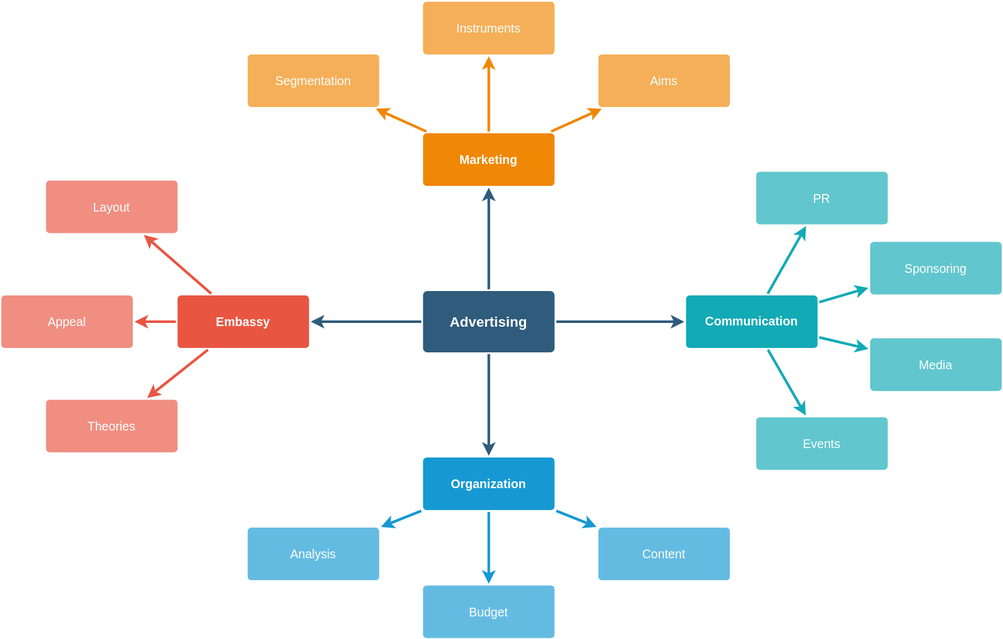
The draw.io diagram docs/drawio/diagrams/notification-graph.drawio.svg in Sage-Bionetworks/sage-monorepo, before a commit. Source tidied: cells renumbered, new cells last; positions are measured from the earlier drawing's top-left corner, leaving out a move shared by most shapes. Its diagram source:
```xml
<mxGraphModel>
  <root>
    <mxCell id="0" />
    <mxCell id="1" parent="0" />
    <mxCell id="2" style="edgeStyle=none;rounded=0;jumpStyle=none;html=1;shadow=0;labelBackgroundColor=none;startArrow=none;startFill=0;endArrow=classic;endFill=1;jettySize=auto;strokeColor=#2F5B7C;strokeWidth=3;fontFamily=Helvetica;fontSize=16;fontColor=#23445D;spacing=5;" parent="1" edge="1" source="6" target="21">
      <mxGeometry relative="1" as="geometry" />
    </mxCell>
    <mxCell id="3" style="edgeStyle=none;rounded=0;jumpStyle=none;html=1;shadow=0;labelBackgroundColor=none;startArrow=none;startFill=0;endArrow=classic;endFill=1;jettySize=auto;strokeColor=#2F5B7C;strokeWidth=3;fontFamily=Helvetica;fontSize=16;fontColor=#23445D;spacing=5;" parent="1" edge="1" source="6" target="28">
      <mxGeometry relative="1" as="geometry" />
    </mxCell>
    <mxCell id="4" style="edgeStyle=none;rounded=0;jumpStyle=none;html=1;shadow=0;labelBackgroundColor=none;startArrow=none;startFill=0;endArrow=classic;endFill=1;jettySize=auto;strokeColor=#2F5B7C;strokeWidth=3;fontFamily=Helvetica;fontSize=16;fontColor=#23445D;spacing=5;" parent="1" edge="1" source="6" target="17">
      <mxGeometry relative="1" as="geometry" />
    </mxCell>
    <mxCell id="5" style="edgeStyle=none;rounded=0;jumpStyle=none;html=1;shadow=0;labelBackgroundColor=none;startArrow=none;startFill=0;endArrow=classic;endFill=1;jettySize=auto;strokeColor=#2F5B7C;strokeWidth=3;fontFamily=Helvetica;fontSize=16;fontColor=#23445D;spacing=5;" parent="1" edge="1" source="6" target="10">
      <mxGeometry relative="1" as="geometry" />
    </mxCell>
    <mxCell id="6" value="Advertising" style="rounded=1;whiteSpace=wrap;html=1;shadow=0;labelBackgroundColor=none;strokeColor=none;strokeWidth=3;fillColor=#2F5B7C;fontFamily=Helvetica;fontSize=16;fontColor=#FFFFFF;align=center;fontStyle=1;spacing=5;arcSize=7;perimeterSpacing=2;" parent="1" vertex="1">
      <mxGeometry x="481" y="330.5" width="150" height="70" as="geometry" />
    </mxCell>
    <mxCell id="7" style="edgeStyle=none;rounded=1;jumpStyle=none;html=1;shadow=0;labelBackgroundColor=none;startArrow=none;startFill=0;jettySize=auto;strokeColor=#E85642;strokeWidth=3;fontFamily=Helvetica;fontSize=14;fontColor=#FFFFFF;spacing=5;fontStyle=1;fillColor=#b0e3e6;" parent="1" edge="1" source="10" target="13">
      <mxGeometry relative="1" as="geometry" />
    </mxCell>
    <mxCell id="8" style="edgeStyle=none;rounded=1;jumpStyle=none;html=1;shadow=0;labelBackgroundColor=none;startArrow=none;startFill=0;jettySize=auto;strokeColor=#E85642;strokeWidth=3;fontFamily=Helvetica;fontSize=14;fontColor=#FFFFFF;spacing=5;fontStyle=1;fillColor=#b0e3e6;" parent="1" edge="1" source="10" target="12">
      <mxGeometry relative="1" as="geometry" />
    </mxCell>
    <mxCell id="9" style="edgeStyle=none;rounded=1;jumpStyle=none;html=1;shadow=0;labelBackgroundColor=none;startArrow=none;startFill=0;jettySize=auto;strokeColor=#E85642;strokeWidth=3;fontFamily=Helvetica;fontSize=14;fontColor=#FFFFFF;spacing=5;fontStyle=1;fillColor=#b0e3e6;" parent="1" edge="1" source="10" target="11">
      <mxGeometry relative="1" as="geometry" />
    </mxCell>
    <mxCell id="10" value="Embassy" style="rounded=1;whiteSpace=wrap;html=1;shadow=0;labelBackgroundColor=none;strokeColor=none;strokeWidth=3;fillColor=#e85642;fontFamily=Helvetica;fontSize=14;fontColor=#FFFFFF;align=center;spacing=5;fontStyle=1;arcSize=7;perimeterSpacing=2;" parent="1" vertex="1">
      <mxGeometry x="201" y="335.5" width="150" height="60" as="geometry" />
    </mxCell>
    <mxCell id="11" value="Theories" style="rounded=1;whiteSpace=wrap;html=1;shadow=0;labelBackgroundColor=none;strokeColor=none;strokeWidth=3;fillColor=#f08e81;fontFamily=Helvetica;fontSize=14;fontColor=#FFFFFF;align=center;spacing=5;fontStyle=0;arcSize=7;perimeterSpacing=2;" parent="1" vertex="1">
      <mxGeometry x="51" y="454.5" width="150" height="60" as="geometry" />
    </mxCell>
    <mxCell id="12" value="Appeal" style="rounded=1;whiteSpace=wrap;html=1;shadow=0;labelBackgroundColor=none;strokeColor=none;strokeWidth=3;fillColor=#f08e81;fontFamily=Helvetica;fontSize=14;fontColor=#FFFFFF;align=center;spacing=5;fontStyle=0;arcSize=7;perimeterSpacing=2;" parent="1" vertex="1">
      <mxGeometry y="335.5" width="150" height="60" as="geometry" />
    </mxCell>
    <mxCell id="13" value="Layout" style="rounded=1;whiteSpace=wrap;html=1;shadow=0;labelBackgroundColor=none;strokeColor=none;strokeWidth=3;fillColor=#f08e81;fontFamily=Helvetica;fontSize=14;fontColor=#FFFFFF;align=center;spacing=5;fontStyle=0;arcSize=7;perimeterSpacing=2;" parent="1" vertex="1">
      <mxGeometry x="51" y="204.5" width="150" height="60" as="geometry" />
    </mxCell>
    <mxCell id="14" style="edgeStyle=none;rounded=0;jumpStyle=none;html=1;shadow=0;labelBackgroundColor=none;startArrow=none;startFill=0;endArrow=classic;endFill=1;jettySize=auto;strokeColor=#1699D3;strokeWidth=3;fontFamily=Helvetica;fontSize=14;fontColor=#FFFFFF;spacing=5;" parent="1" edge="1" source="17" target="20">
      <mxGeometry relative="1" as="geometry" />
    </mxCell>
    <mxCell id="15" style="edgeStyle=none;rounded=0;jumpStyle=none;html=1;shadow=0;labelBackgroundColor=none;startArrow=none;startFill=0;endArrow=classic;endFill=1;jettySize=auto;strokeColor=#1699D3;strokeWidth=3;fontFamily=Helvetica;fontSize=14;fontColor=#FFFFFF;spacing=5;" parent="1" edge="1" source="17" target="19">
      <mxGeometry relative="1" as="geometry" />
    </mxCell>
    <mxCell id="16" style="edgeStyle=none;rounded=0;jumpStyle=none;html=1;shadow=0;labelBackgroundColor=none;startArrow=none;startFill=0;endArrow=classic;endFill=1;jettySize=auto;strokeColor=#1699D3;strokeWidth=3;fontFamily=Helvetica;fontSize=14;fontColor=#FFFFFF;spacing=5;" parent="1" edge="1" source="17" target="18">
      <mxGeometry relative="1" as="geometry" />
    </mxCell>
    <mxCell id="17" value="Organization" style="rounded=1;whiteSpace=wrap;html=1;shadow=0;labelBackgroundColor=none;strokeColor=none;strokeWidth=3;fillColor=#1699d3;fontFamily=Helvetica;fontSize=14;fontColor=#FFFFFF;align=center;spacing=5;fontStyle=1;arcSize=7;perimeterSpacing=2;" parent="1" vertex="1">
      <mxGeometry x="481" y="520.5" width="150" height="60" as="geometry" />
    </mxCell>
    <mxCell id="18" value="Content" style="rounded=1;whiteSpace=wrap;html=1;shadow=0;labelBackgroundColor=none;strokeColor=none;strokeWidth=3;fillColor=#64bbe2;fontFamily=Helvetica;fontSize=14;fontColor=#FFFFFF;align=center;spacing=5;arcSize=7;perimeterSpacing=2;" parent="1" vertex="1">
      <mxGeometry x="681" y="600.5" width="150" height="60" as="geometry" />
    </mxCell>
    <mxCell id="19" value="Budget" style="rounded=1;whiteSpace=wrap;html=1;shadow=0;labelBackgroundColor=none;strokeColor=none;strokeWidth=3;fillColor=#64bbe2;fontFamily=Helvetica;fontSize=14;fontColor=#FFFFFF;align=center;spacing=5;arcSize=7;perimeterSpacing=2;" parent="1" vertex="1">
      <mxGeometry x="481" y="666.5" width="150" height="60" as="geometry" />
    </mxCell>
    <mxCell id="20" value="Analysis" style="rounded=1;whiteSpace=wrap;html=1;shadow=0;labelBackgroundColor=none;strokeColor=none;strokeWidth=3;fillColor=#64bbe2;fontFamily=Helvetica;fontSize=14;fontColor=#FFFFFF;align=center;spacing=5;arcSize=7;perimeterSpacing=2;" parent="1" vertex="1">
      <mxGeometry x="281" y="600.5" width="150" height="60" as="geometry" />
    </mxCell>
    <mxCell id="21" value="Marketing" style="rounded=1;whiteSpace=wrap;html=1;shadow=0;labelBackgroundColor=none;strokeColor=none;strokeWidth=3;fillColor=#F08705;fontFamily=Helvetica;fontSize=14;fontColor=#FFFFFF;align=center;spacing=5;fontStyle=1;arcSize=7;perimeterSpacing=2;" parent="1" vertex="1">
      <mxGeometry x="481" y="150.5" width="150" height="60" as="geometry" />
    </mxCell>
    <mxCell id="22" value="Aims&lt;br&gt;" style="rounded=1;whiteSpace=wrap;html=1;shadow=0;labelBackgroundColor=none;strokeColor=none;strokeWidth=3;fillColor=#f5af58;fontFamily=Helvetica;fontSize=14;fontColor=#FFFFFF;align=center;spacing=5;arcSize=7;perimeterSpacing=2;" parent="1" vertex="1">
      <mxGeometry x="681" y="60.5" width="150" height="60" as="geometry" />
    </mxCell>
    <mxCell id="23" style="edgeStyle=none;rounded=0;jumpStyle=none;html=1;shadow=0;labelBackgroundColor=none;startArrow=none;startFill=0;endArrow=classic;endFill=1;jettySize=auto;strokeColor=#F08705;strokeWidth=3;fontFamily=Helvetica;fontSize=14;fontColor=#FFFFFF;spacing=5;" parent="1" edge="1" source="21" target="22">
      <mxGeometry relative="1" as="geometry" />
    </mxCell>
    <mxCell id="24" value="Instruments" style="rounded=1;whiteSpace=wrap;html=1;shadow=0;labelBackgroundColor=none;strokeColor=none;strokeWidth=3;fillColor=#f5af58;fontFamily=Helvetica;fontSize=14;fontColor=#FFFFFF;align=center;spacing=5;arcSize=7;perimeterSpacing=2;" parent="1" vertex="1">
      <mxGeometry x="481" y="0.5" width="150" height="60" as="geometry" />
    </mxCell>
    <mxCell id="25" style="edgeStyle=none;rounded=0;jumpStyle=none;html=1;shadow=0;labelBackgroundColor=none;startArrow=none;startFill=0;endArrow=classic;endFill=1;jettySize=auto;strokeColor=#F08705;strokeWidth=3;fontFamily=Helvetica;fontSize=14;fontColor=#FFFFFF;spacing=5;" parent="1" edge="1" source="21" target="24">
      <mxGeometry relative="1" as="geometry" />
    </mxCell>
    <mxCell id="26" value="Segmentation" style="rounded=1;whiteSpace=wrap;html=1;shadow=0;labelBackgroundColor=none;strokeColor=none;strokeWidth=3;fillColor=#f5af58;fontFamily=Helvetica;fontSize=14;fontColor=#FFFFFF;align=center;spacing=5;arcSize=7;perimeterSpacing=2;" parent="1" vertex="1">
      <mxGeometry x="281" y="60.5" width="150" height="60" as="geometry" />
    </mxCell>
    <mxCell id="27" style="edgeStyle=none;rounded=0;jumpStyle=none;html=1;shadow=0;labelBackgroundColor=none;startArrow=none;startFill=0;endArrow=classic;endFill=1;jettySize=auto;strokeColor=#F08705;strokeWidth=3;fontFamily=Helvetica;fontSize=14;fontColor=#FFFFFF;spacing=5;" parent="1" edge="1" source="21" target="26">
      <mxGeometry relative="1" as="geometry" />
    </mxCell>
    <mxCell id="28" value="Communication" style="rounded=1;whiteSpace=wrap;html=1;shadow=0;labelBackgroundColor=none;strokeColor=none;strokeWidth=3;fillColor=#12aab5;fontFamily=Helvetica;fontSize=14;fontColor=#FFFFFF;align=center;spacing=5;fontStyle=1;arcSize=7;perimeterSpacing=2;" parent="1" vertex="1">
      <mxGeometry x="781" y="335.5" width="150" height="60" as="geometry" />
    </mxCell>
    <mxCell id="29" value="Events" style="rounded=1;whiteSpace=wrap;html=1;shadow=0;labelBackgroundColor=none;strokeColor=none;strokeWidth=3;fillColor=#61c6ce;fontFamily=Helvetica;fontSize=14;fontColor=#FFFFFF;align=center;spacing=5;fontStyle=0;arcSize=7;perimeterSpacing=2;" parent="1" vertex="1">
      <mxGeometry x="861" y="474.5" width="150" height="60" as="geometry" />
    </mxCell>
    <mxCell id="30" style="edgeStyle=none;rounded=1;jumpStyle=none;html=1;shadow=0;labelBackgroundColor=none;startArrow=none;startFill=0;jettySize=auto;strokeColor=#12AAB5;strokeWidth=3;fontFamily=Helvetica;fontSize=14;fontColor=#FFFFFF;spacing=5;fontStyle=1;fillColor=#b0e3e6;" parent="1" edge="1" source="28" target="29">
      <mxGeometry relative="1" as="geometry" />
    </mxCell>
    <mxCell id="31" value="Media" style="rounded=1;whiteSpace=wrap;html=1;shadow=0;labelBackgroundColor=none;strokeColor=none;strokeWidth=3;fillColor=#61c6ce;fontFamily=Helvetica;fontSize=14;fontColor=#FFFFFF;align=center;spacing=5;fontStyle=0;arcSize=7;perimeterSpacing=2;" parent="1" vertex="1">
      <mxGeometry x="991" y="384.5" width="150" height="60" as="geometry" />
    </mxCell>
    <mxCell id="32" style="edgeStyle=none;rounded=1;jumpStyle=none;html=1;shadow=0;labelBackgroundColor=none;startArrow=none;startFill=0;jettySize=auto;strokeColor=#12AAB5;strokeWidth=3;fontFamily=Helvetica;fontSize=14;fontColor=#FFFFFF;spacing=5;fontStyle=1;fillColor=#b0e3e6;" parent="1" edge="1" source="28" target="31">
      <mxGeometry relative="1" as="geometry" />
    </mxCell>
    <mxCell id="33" value="Sponsoring" style="rounded=1;whiteSpace=wrap;html=1;shadow=0;labelBackgroundColor=none;strokeColor=none;strokeWidth=3;fillColor=#61c6ce;fontFamily=Helvetica;fontSize=14;fontColor=#FFFFFF;align=center;spacing=5;fontStyle=0;arcSize=7;perimeterSpacing=2;" parent="1" vertex="1">
      <mxGeometry x="991" y="274.5" width="150" height="60" as="geometry" />
    </mxCell>
    <mxCell id="34" style="edgeStyle=none;rounded=1;jumpStyle=none;html=1;shadow=0;labelBackgroundColor=none;startArrow=none;startFill=0;jettySize=auto;strokeColor=#12AAB5;strokeWidth=3;fontFamily=Helvetica;fontSize=14;fontColor=#FFFFFF;spacing=5;fontStyle=1;fillColor=#b0e3e6;" parent="1" edge="1" source="28" target="33">
      <mxGeometry relative="1" as="geometry" />
    </mxCell>
    <mxCell id="35" value="PR" style="rounded=1;whiteSpace=wrap;html=1;shadow=0;labelBackgroundColor=none;strokeColor=none;strokeWidth=3;fillColor=#61c6ce;fontFamily=Helvetica;fontSize=14;fontColor=#FFFFFF;align=center;spacing=5;fontStyle=0;arcSize=7;perimeterSpacing=2;" parent="1" vertex="1">
      <mxGeometry x="861" y="194.5" width="150" height="60" as="geometry" />
    </mxCell>
    <mxCell id="36" style="edgeStyle=none;rounded=1;jumpStyle=none;html=1;shadow=0;labelBackgroundColor=none;startArrow=none;startFill=0;jettySize=auto;strokeColor=#12AAB5;strokeWidth=3;fontFamily=Helvetica;fontSize=14;fontColor=#FFFFFF;spacing=5;fontStyle=1;fillColor=#b0e3e6;" parent="1" edge="1" source="28" target="35">
      <mxGeometry relative="1" as="geometry" />
    </mxCell>
  </root>
</mxGraphModel>
```
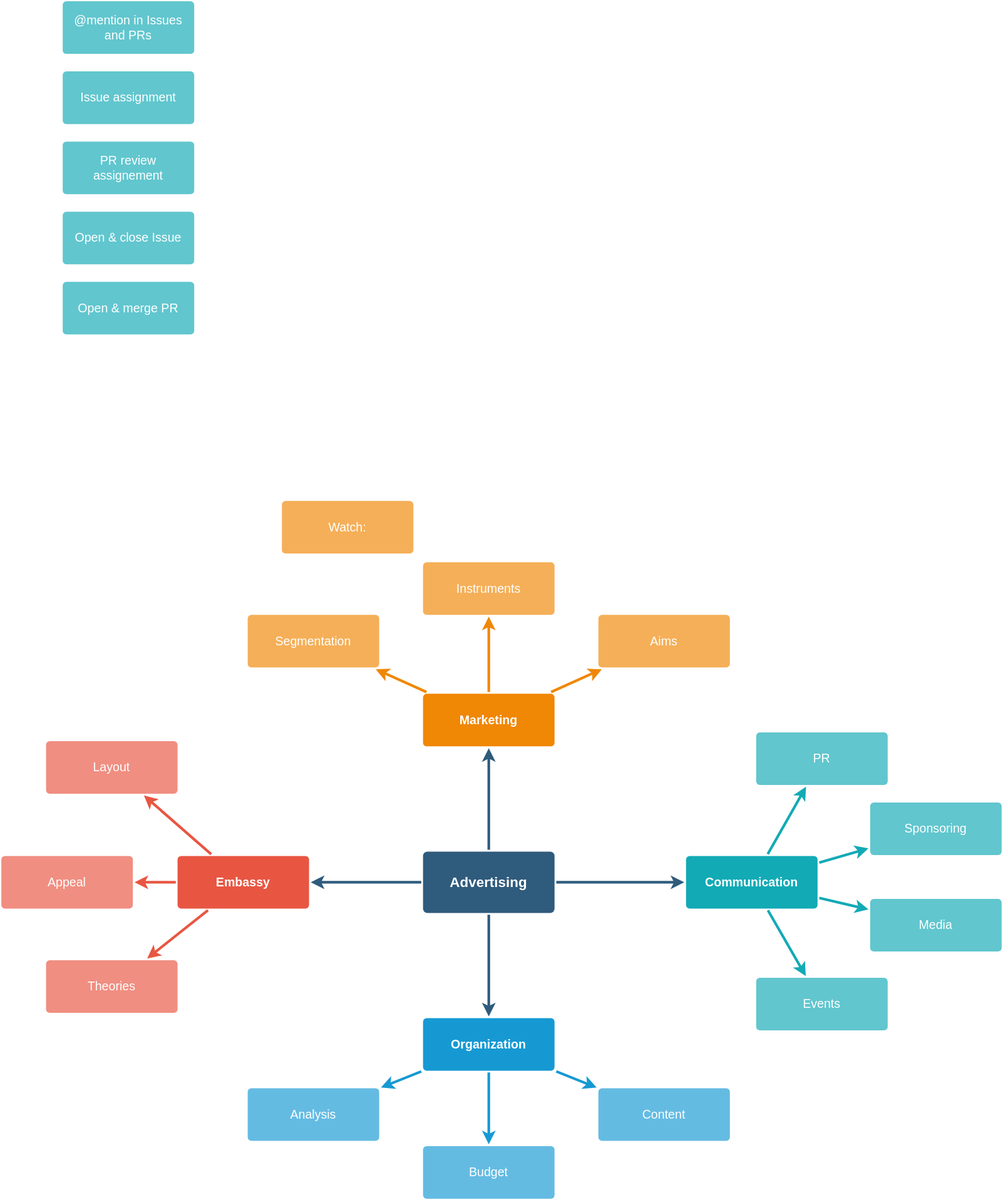
The same file after the commit.

What changed in the source:
```diff
@@ -107,5 +107,23 @@
     <mxCell id="36" style="edgeStyle=none;rounded=1;jumpStyle=none;html=1;shadow=0;labelBackgroundColor=none;startArrow=none;startFill=0;jettySize=auto;strokeColor=#12AAB5;strokeWidth=3;fontFamily=Helvetica;fontSize=14;fontColor=#FFFFFF;spacing=5;fontStyle=1;fillColor=#b0e3e6;" parent="1" edge="1" source="28" target="35">
       <mxGeometry relative="1" as="geometry" />
     </mxCell>
+    <mxCell id="37" value="@mention in Issues and PRs" style="rounded=1;whiteSpace=wrap;html=1;shadow=0;labelBackgroundColor=none;strokeColor=none;strokeWidth=3;fillColor=#61c6ce;fontFamily=Helvetica;fontSize=14;fontColor=#FFFFFF;align=center;spacing=5;fontStyle=0;arcSize=7;perimeterSpacing=2;" parent="1" vertex="1">
+      <mxGeometry x="70" y="-639.5" width="150" height="60" as="geometry" />
+    </mxCell>
+    <mxCell id="38" value="Issue assignment" style="rounded=1;whiteSpace=wrap;html=1;shadow=0;labelBackgroundColor=none;strokeColor=none;strokeWidth=3;fillColor=#61c6ce;fontFamily=Helvetica;fontSize=14;fontColor=#FFFFFF;align=center;spacing=5;fontStyle=0;arcSize=7;perimeterSpacing=2;" parent="1" vertex="1">
+      <mxGeometry x="70" y="-559.5" width="150" height="60" as="geometry" />
+    </mxCell>
+    <mxCell id="39" value="PR review assignement" style="rounded=1;whiteSpace=wrap;html=1;shadow=0;labelBackgroundColor=none;strokeColor=none;strokeWidth=3;fillColor=#61c6ce;fontFamily=Helvetica;fontSize=14;fontColor=#FFFFFF;align=center;spacing=5;fontStyle=0;arcSize=7;perimeterSpacing=2;" parent="1" vertex="1">
+      <mxGeometry x="70" y="-479.5" width="150" height="60" as="geometry" />
+    </mxCell>
+    <mxCell id="40" value="Open &amp;amp; close Issue" style="rounded=1;whiteSpace=wrap;html=1;shadow=0;labelBackgroundColor=none;strokeColor=none;strokeWidth=3;fillColor=#61c6ce;fontFamily=Helvetica;fontSize=14;fontColor=#FFFFFF;align=center;spacing=5;fontStyle=0;arcSize=7;perimeterSpacing=2;" parent="1" vertex="1">
+      <mxGeometry x="70" y="-399.5" width="150" height="60" as="geometry" />
+    </mxCell>
+    <mxCell id="41" value="Open &amp;amp; merge PR" style="rounded=1;whiteSpace=wrap;html=1;shadow=0;labelBackgroundColor=none;strokeColor=none;strokeWidth=3;fillColor=#61c6ce;fontFamily=Helvetica;fontSize=14;fontColor=#FFFFFF;align=center;spacing=5;fontStyle=0;arcSize=7;perimeterSpacing=2;" parent="1" vertex="1">
+      <mxGeometry x="70" y="-319.5" width="150" height="60" as="geometry" />
+    </mxCell>
+    <mxCell id="42" value="Watch: " style="rounded=1;whiteSpace=wrap;html=1;shadow=0;labelBackgroundColor=none;strokeColor=none;strokeWidth=3;fillColor=#f5af58;fontFamily=Helvetica;fontSize=14;fontColor=#FFFFFF;align=center;spacing=5;arcSize=7;perimeterSpacing=2;" parent="1" vertex="1">
+      <mxGeometry x="320" y="-69.5" width="150" height="60" as="geometry" />
+    </mxCell>
   </root>
 </mxGraphModel>
```
